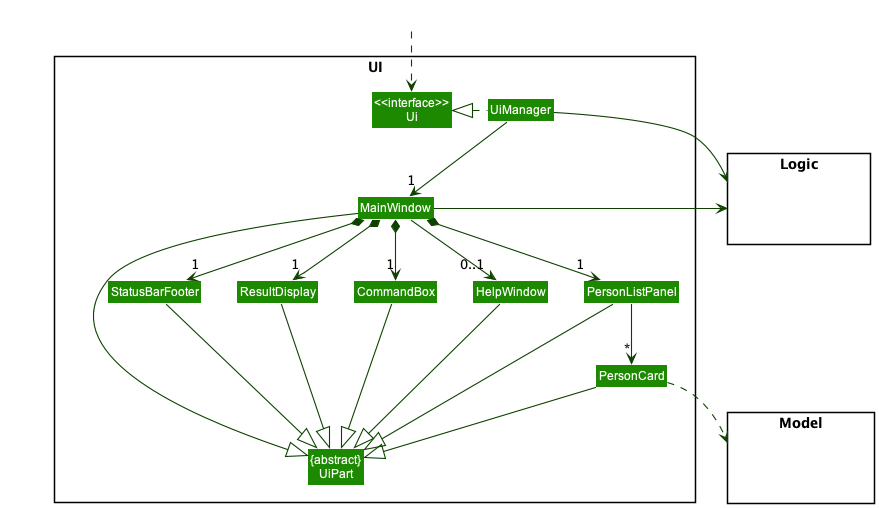
The PlantUML diagram docs/images/UiClassDiagram.png in nus-cs2103-AY2223S1/tp, before a commit.
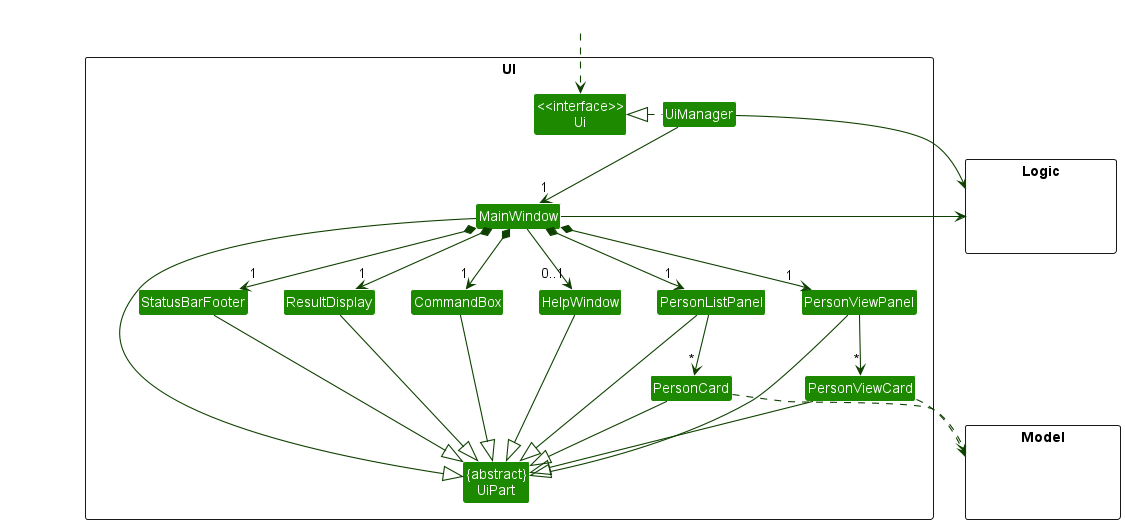
After the commit.

Diff of the diagram source:
```diff
@@ -12,7 +12,9 @@
 Class HelpWindow
 Class ResultDisplay
 Class PersonListPanel
+Class PersonViewPanel
 Class PersonCard
+Class PersonViewCard
 Class StatusBarFooter
 Class CommandBox
 }
@@ -33,10 +35,12 @@
 MainWindow *-down->  "1" CommandBox
 MainWindow *-down-> "1" ResultDisplay
 MainWindow *-down-> "1" PersonListPanel
+MainWindow *-down-> "1" PersonViewPanel
 MainWindow *-down-> "1" StatusBarFooter
 MainWindow --> "0..1" HelpWindow
 
 PersonListPanel -down-> "*" PersonCard
+PersonViewPanel -down-> "*" PersonViewCard
 
 MainWindow -left-|> UiPart
 
@@ -44,13 +48,17 @@
 CommandBox --|> UiPart
 PersonListPanel --|> UiPart
 PersonCard --|> UiPart
+PersonViewPanel --|> UiPart
+PersonViewCard --|> UiPart
 StatusBarFooter --|> UiPart
 HelpWindow --|> UiPart
 
 PersonCard ..> Model
+PersonViewCard ..> Model
 UiManager -right-> Logic
 MainWindow -left-> Logic
 
+PersonViewPanel -[hidden]left- PersonListPanel
 PersonListPanel -[hidden]left- HelpWindow
 HelpWindow -[hidden]left- CommandBox
 CommandBox -[hidden]left- ResultDisplay
```
